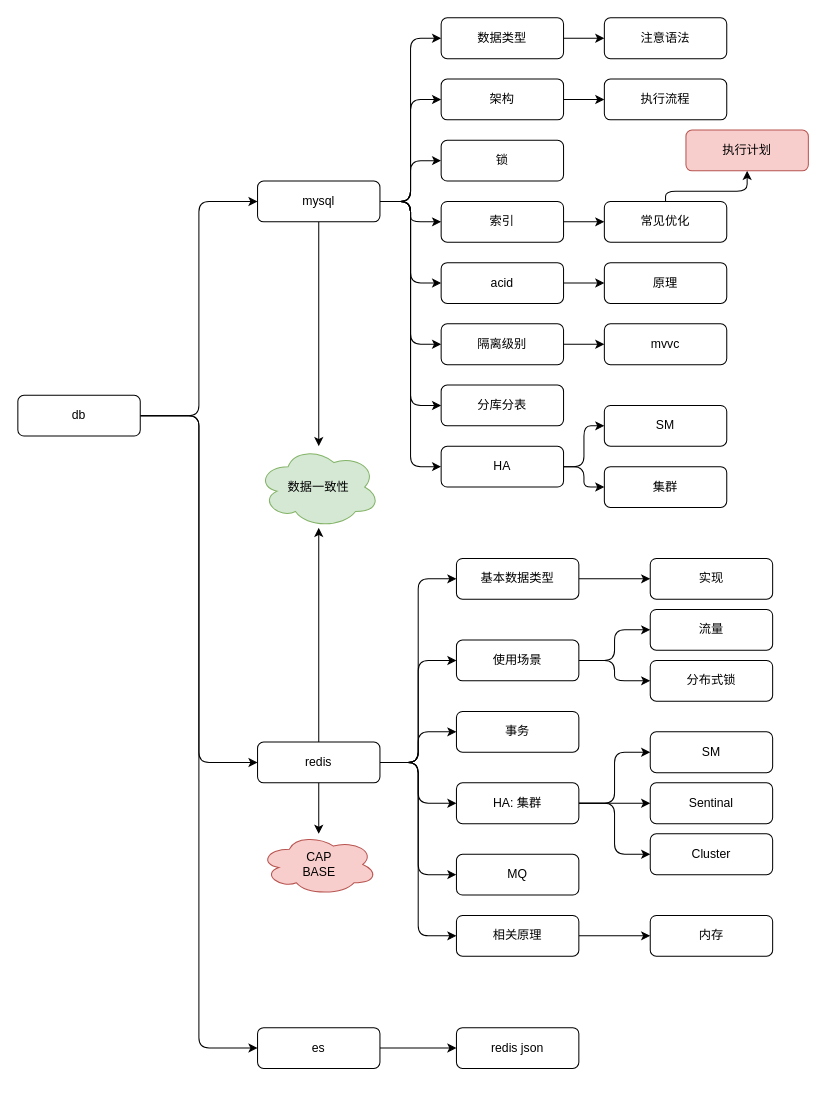
The draw.io diagram diagrams/interview/overview/07.db.drawio in Alice52/diagrams, before the edit. Source tidied: cells renumbered, new cells numbered last; positions are measured from the earlier drawing's top-left corner, leaving out a move shared by most shapes. Both pictures are drawn from the tidied source at 102%, with x=0, y=0 at pixel (17, 17).
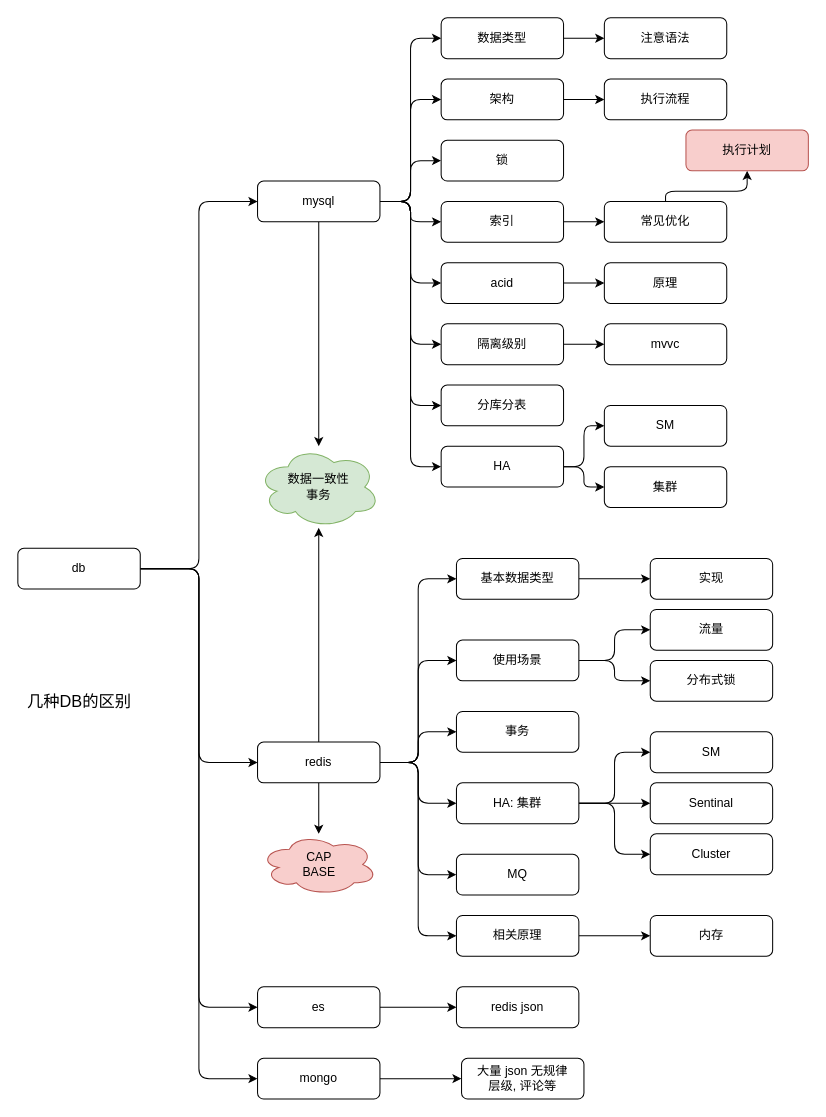
After the change.

Commit message (it also covers changes not shown here):
interview: add middlwware diagram

Change to the diagram source:
```diff
@@
+    <mxCell id="74" style="edgeStyle=orthogonalEdgeStyle;rounded=1;jettySize=auto;html=1;entryX=0;entryY=0.5;entryDx=0;entryDy=0;" parent="1" edge="1" source="5" target="76">
+      <mxGeometry relative="1" as="geometry" />
+    </mxCell>
     <mxCell id="5" value="db" style="rounded=1;whiteSpace=wrap;html=1;" parent="1" vertex="1">
-      <mxGeometry y="370" width="120" height="40" as="geometry" />
+      <mxGeometry y="520" width="120" height="40" as="geometry" />
     </mxCell>
@@
     <mxCell id="26" value="es" style="rounded=1;whiteSpace=wrap;html=1;" parent="1" vertex="1">
-      <mxGeometry x="235" y="990" width="120" height="40" as="geometry" />
+      <mxGeometry x="235" y="950" width="120" height="40" as="geometry" />
     </mxCell>
     <mxCell id="27" value="redis json" style="rounded=1;whiteSpace=wrap;html=1;" parent="1" vertex="1">
-      <mxGeometry x="430" y="990" width="120" height="40" as="geometry" />
+      <mxGeometry x="430" y="950" width="120" height="40" as="geometry" />
     </mxCell>
@@
-    <mxCell id="48" value="数据一致性" style="ellipse;shape=cloud;whiteSpace=wrap;html=1;rounded=1;fillColor=#d5e8d4;strokeColor=#82b366;" parent="1" vertex="1">
+    <mxCell id="48" value="数据一致性&lt;br&gt;事务" style="ellipse;shape=cloud;whiteSpace=wrap;html=1;rounded=1;fillColor=#d5e8d4;strokeColor=#82b366;" parent="1" vertex="1">
       <mxGeometry x="235" y="420" width="120" height="80" as="geometry" />
     </mxCell>
@@
+    <mxCell id="75" style="edgeStyle=orthogonalEdgeStyle;rounded=0;jettySize=auto;html=1;" parent="1" edge="1" source="76" target="77">
+      <mxGeometry relative="1" as="geometry" />
+    </mxCell>
+    <mxCell id="76" value="mongo" style="rounded=1;whiteSpace=wrap;html=1;" parent="1" vertex="1">
+      <mxGeometry x="235" y="1020" width="120" height="40" as="geometry" />
+    </mxCell>
+    <mxCell id="77" value="大量 json 无规律&lt;br&gt;层级, 评论等" style="rounded=1;whiteSpace=wrap;html=1;" parent="1" vertex="1">
+      <mxGeometry x="435" y="1020" width="120" height="40" as="geometry" />
+    </mxCell>
+    <mxCell id="78" value="&lt;font style=&quot;font-size: 16px&quot;&gt;几种DB的区别&lt;/font&gt;" style="text;html=1;align=center;verticalAlign=middle;strokeColor=none;" parent="1" vertex="1">
+      <mxGeometry y="660" width="120" height="20" as="geometry" />
+    </mxCell>
```
